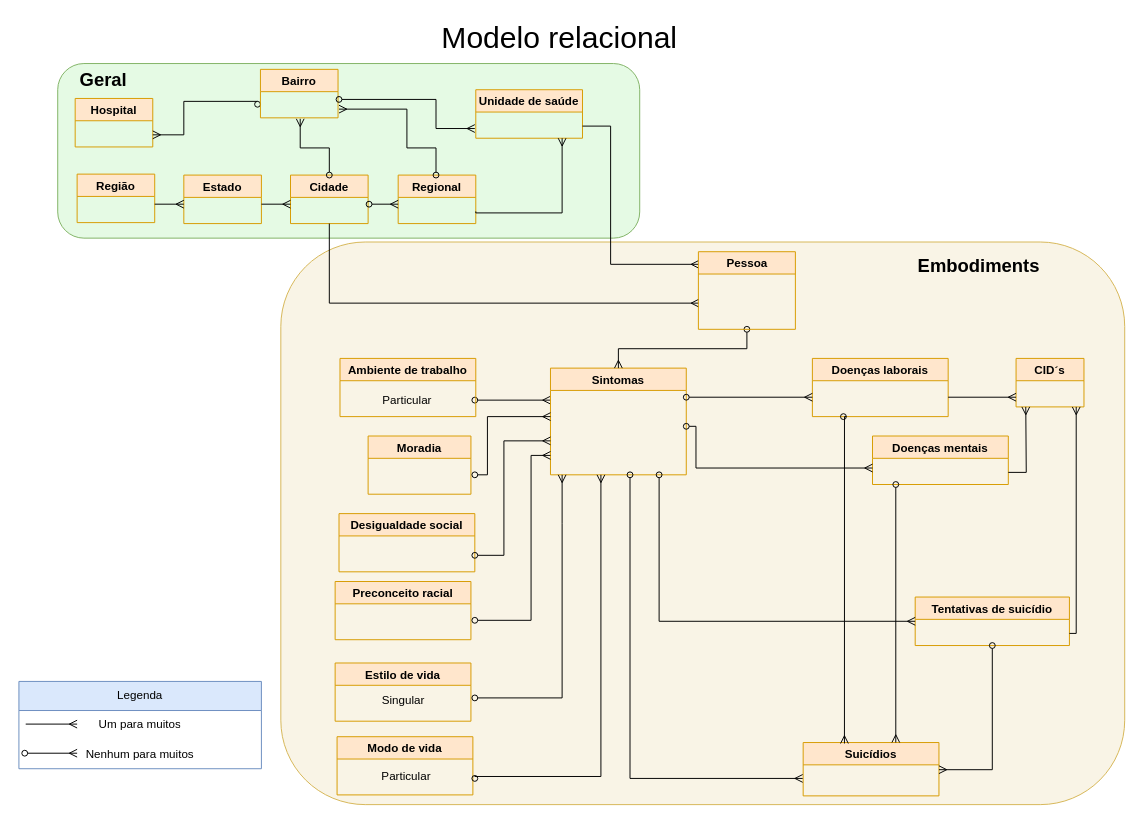
Earlier version of the draw.io diagram mestrado.drawio (fderosso/mestrado). Source tidied: cells renumbered, new cells numbered last; positions are measured from the earlier drawing's top-left corner, leaving out a move shared by most shapes. Both pictures are drawn from the tidied source at 97%, with x=0, y=0 at pixel (18, 16).
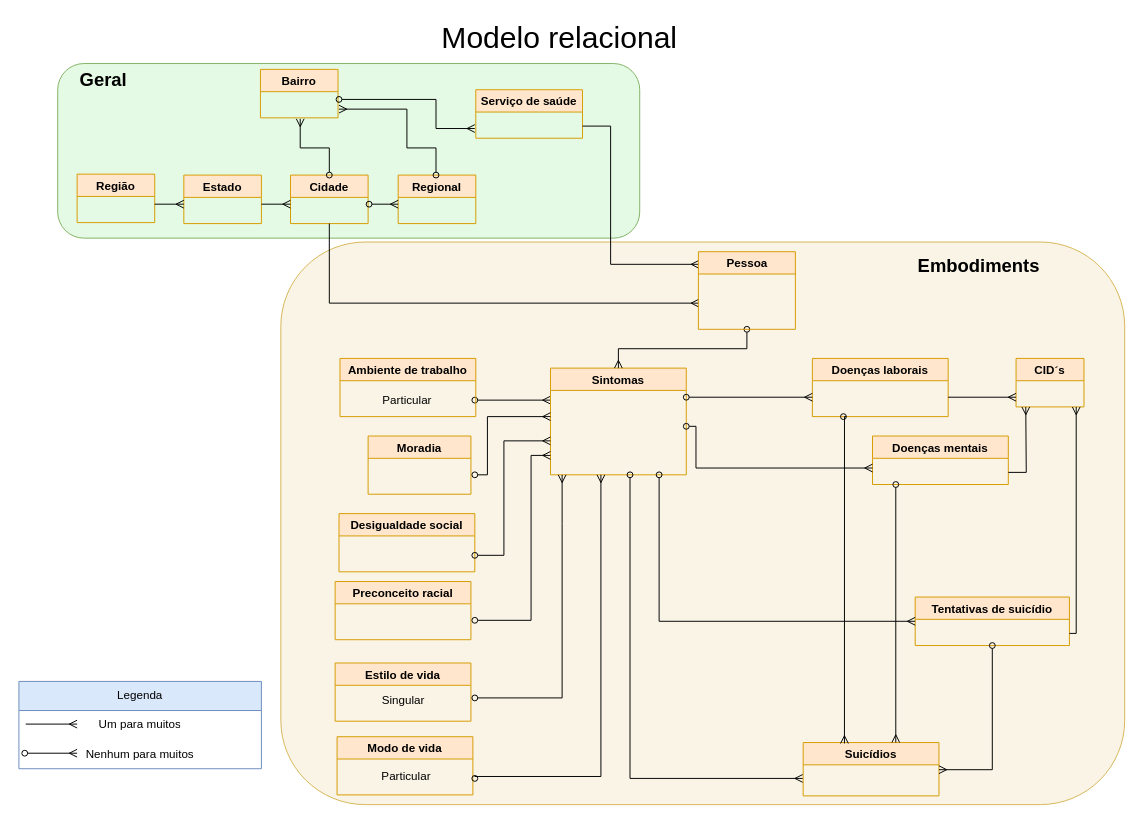
After the change.

Commit message (it also covers changes not shown here):
inserindo dados

The change refers to these unchanged cells:
```xml
<mxCell id="28" value="Regional" style="swimlane;rounded=0;shadow=0;sketch=0;fillColor=#ffe6cc;strokeColor=#d79b00;" parent="1" vertex="1">
  <mxGeometry x="391" y="163" width="80" height="50" as="geometry" />
</mxCell>
```

The edit, as a diff of the source:
```diff
@@
-    <mxCell id="32" value="Hospital" style="swimlane;rounded=0;shadow=0;sketch=0;fillColor=#ffe6cc;strokeColor=#d79b00;" parent="1" vertex="1">
-      <mxGeometry x="58" y="84" width="80" height="50" as="geometry" />
-    </mxCell>
-    <mxCell id="33" style="endArrow=ERmany;html=1;rounded=0;edgeStyle=orthogonalEdgeStyle;startArrow=oval;startFill=0;endFill=0;entryX=1;entryY=0.75;entryDx=0;entryDy=0;exitX=0;exitY=0.5;exitDx=0;exitDy=0;" parent="1" edge="1" target="32">
-      <mxGeometry relative="1" as="geometry">
-        <mxPoint x="246" y="90" as="sourcePoint" />
-        <Array as="points">
-          <mxPoint x="246" y="87" />
-          <mxPoint x="170" y="87" />
-          <mxPoint x="170" y="122" />
-        </Array>
-      </mxGeometry>
-    </mxCell>
-    <mxCell id="34" value="Unidade de saúde" style="swimlane;rounded=0;shadow=0;sketch=0;fillColor=#ffe6cc;strokeColor=#d79b00;" parent="1" vertex="1">
+    <mxCell id="34" value="Serviço de saúde" style="swimlane;rounded=0;shadow=0;sketch=0;fillColor=#ffe6cc;strokeColor=#d79b00;" parent="1" vertex="1">
       <mxGeometry x="471" y="75" width="110" height="50" as="geometry" />
     </mxCell>
-    <mxCell id="35" style="endArrow=ERmany;html=1;rounded=0;edgeStyle=orthogonalEdgeStyle;startArrow=none;startFill=0;endFill=0;exitX=1;exitY=0.75;exitDx=0;exitDy=0;" parent="1" edge="1" source="28" target="34">
-      <mxGeometry relative="1" as="geometry">
-        <Array as="points">
-          <mxPoint x="471" y="202" />
-          <mxPoint x="560" y="202" />
-        </Array>
-      </mxGeometry>
-    </mxCell>
```
